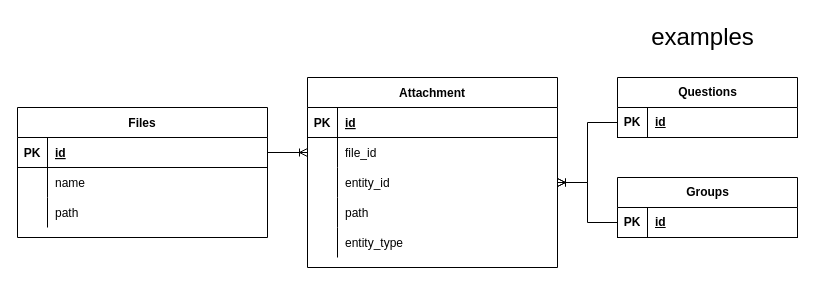
This is File Manager.drawio from andrew-atef/andrew-atef, a draw.io file, before an edit. Source tidied: cells renumbered, new cells numbered last; positions are measured from the earlier drawing's top-left corner, leaving out a move shared by most shapes. Both pictures are drawn from the tidied source at 100%, with x=0, y=0 at pixel (17, 17).
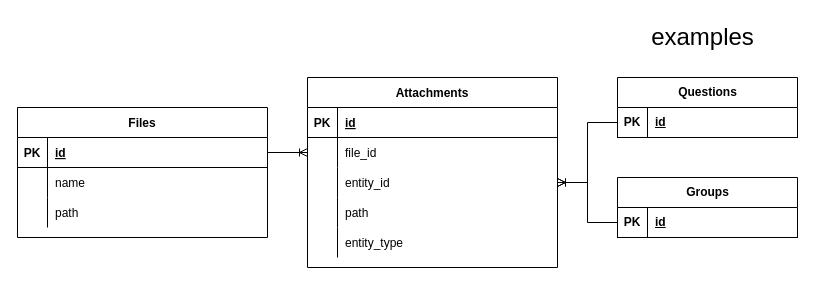
The same page after the edit.

What changed in the source:
```diff
@@
-    <mxCell id="12" value="Attachment" style="shape=table;startSize=30;childLayout=tableLayout;rowLines=0;fontStyle=1;align=center;" parent="1" vertex="1">
+    <mxCell id="12" value="Attachments" style="shape=table;startSize=30;childLayout=tableLayout;rowLines=0;fontStyle=1;align=center;" parent="1" vertex="1">
       <mxGeometry x="290" y="60" width="250" height="190" as="geometry" />
     </mxCell>
```
